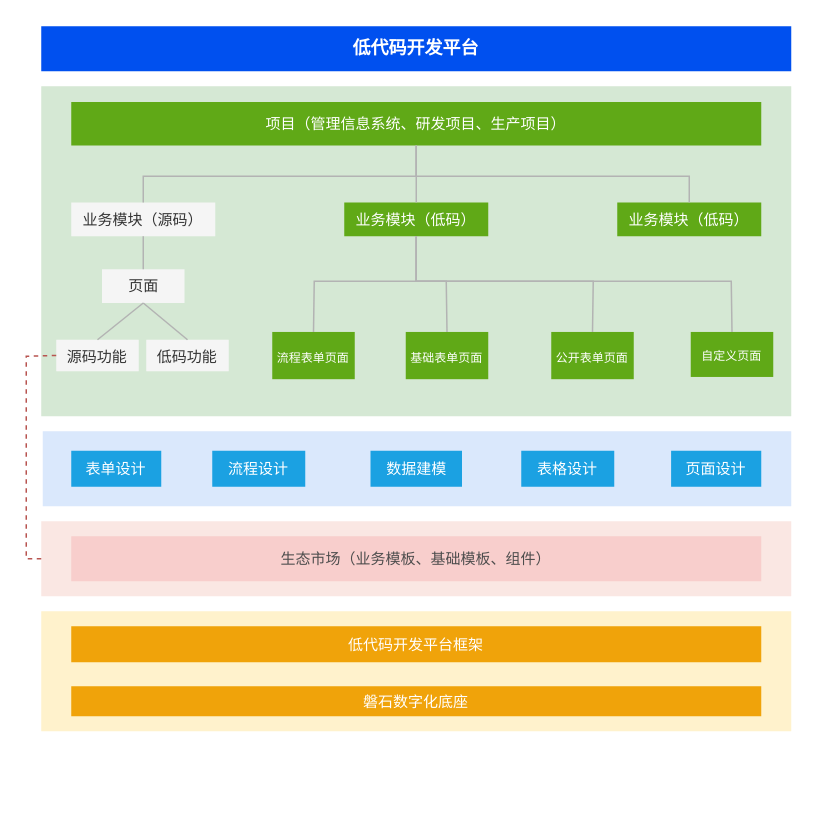
Above: 低代码—研究内容——新版——房.drawio in tangyaosimida/love (draw.io), before the change. Source tidied: cells renumbered, new cells numbered last; positions are measured from the earlier drawing's top-left corner, leaving out a move shared by most shapes. Both pictures are drawn from the tidied source at 150%, with x=0, y=0 at pixel (26, 26).
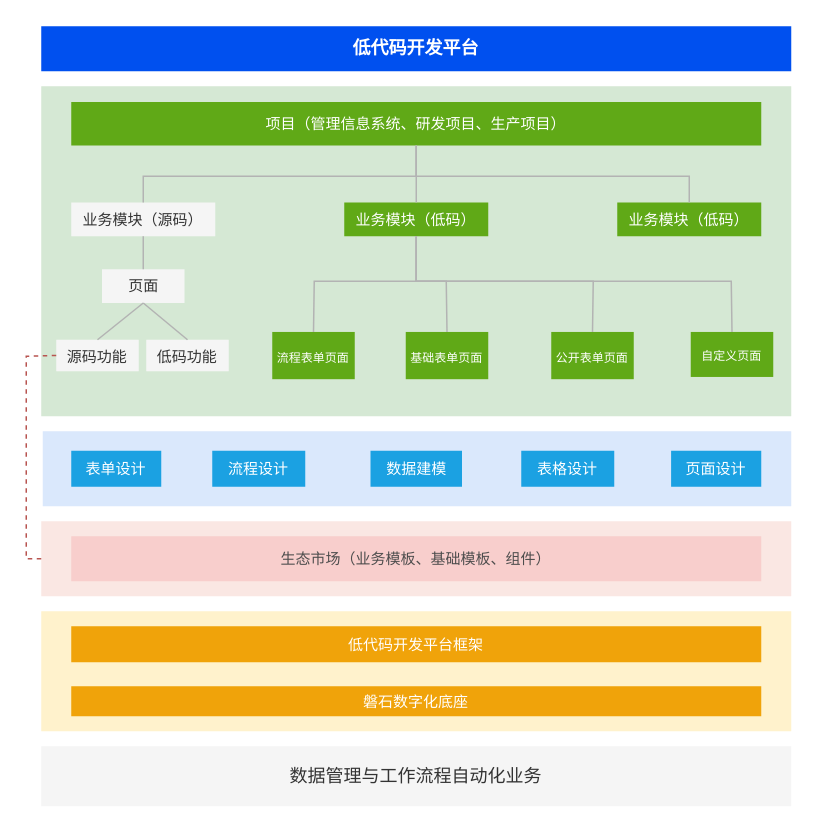
The same page after the edit.

Commit message:
更新低代码—研究内容——新版——房.drawio

What changed in the source:
```diff
@@
+    <mxCell id="38" value="数据管理与工作流程自动化业务" style="rounded=0;whiteSpace=wrap;html=1;fillColor=#f5f5f5;fontColor=#333333;strokeColor=none;" parent="1" vertex="1">
+      <mxGeometry x="10" y="480" width="500" height="40" as="geometry" />
+    </mxCell>
```
